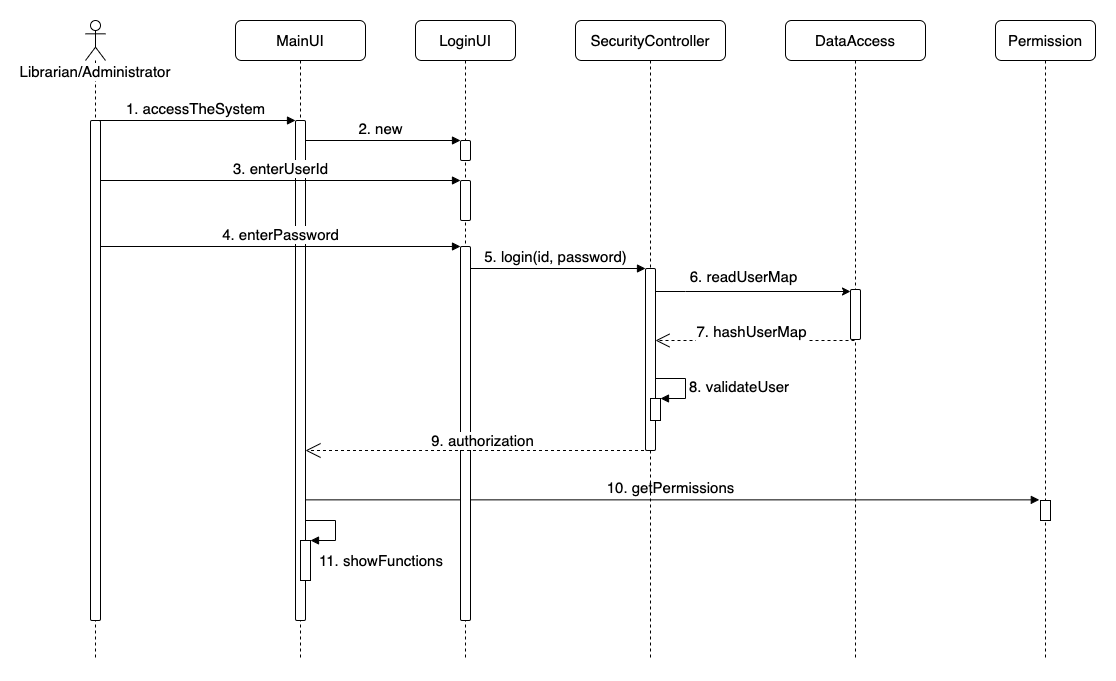
mthuong/mpp-project keeps this draw.io diagram as uml/1_LibrarianLoginSequenceDiagram.png. Above is the earlier version. Source tidied: cells renumbered, new cells last; positions are measured from the earlier drawing's top-left corner, leaving out a move shared by most shapes.
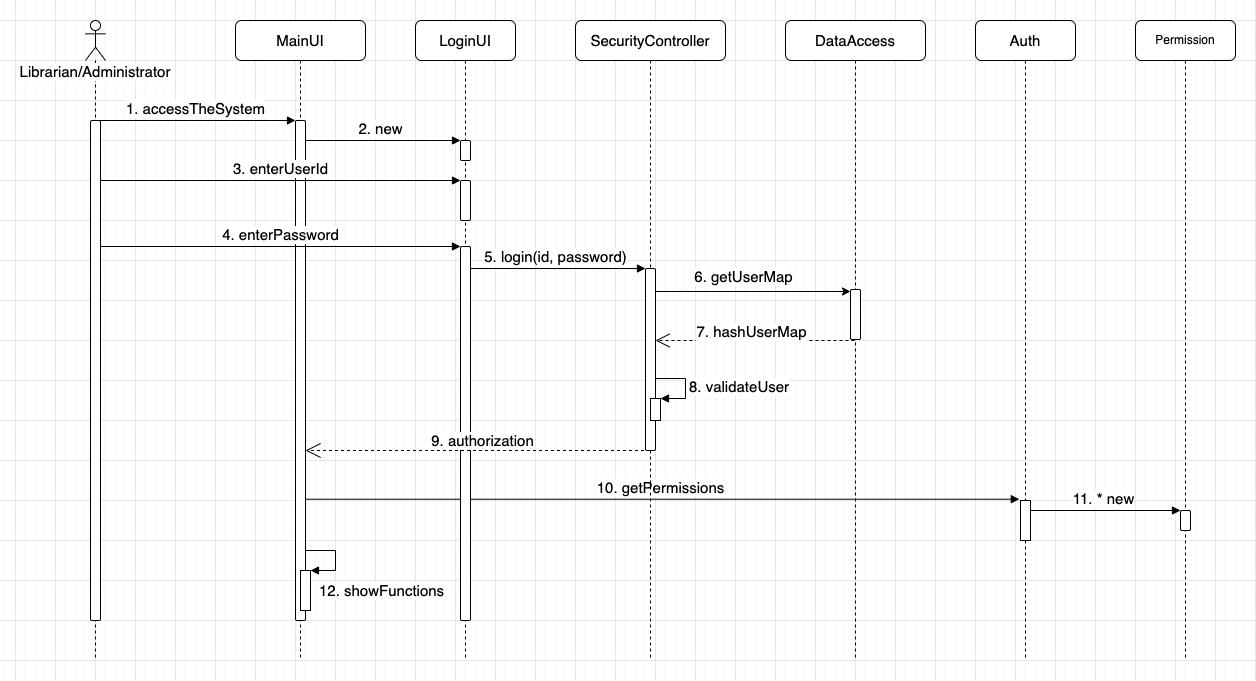
After the change.

Diff of the diagram source:
```diff
@@ -2,6 +2,9 @@
   <root>
     <mxCell id="0" />
     <mxCell id="1" parent="0" />
+    <mxCell id="30" value="11. * new" style="html=1;verticalAlign=bottom;endArrow=block;entryX=0;entryY=0;rounded=0;fontSize=15;" parent="1" edge="1" source="21" target="32">
+      <mxGeometry relative="1" as="geometry" />
+    </mxCell>
     <mxCell id="2" value="2. new" style="html=1;verticalAlign=bottom;endArrow=block;entryX=0;entryY=0;rounded=0;fontSize=15;" parent="1" edge="1" source="7" target="25">
       <mxGeometry relative="1" as="geometry" />
     </mxCell>
@@ -26,13 +29,13 @@
       <mxGeometry x="60" y="100" width="10" height="500" as="geometry" />
     </mxCell>
     <mxCell id="9" style="html=1;points=[];perimeter=orthogonalPerimeter;fontSize=15;" parent="7" vertex="1">
-      <mxGeometry x="65" y="520" width="10" height="40" as="geometry" />
+      <mxGeometry x="65" y="550" width="10" height="40" as="geometry" />
     </mxCell>
-    <mxCell id="10" value="11. showFunctions" style="edgeStyle=orthogonalEdgeStyle;html=1;align=left;spacingLeft=2;endArrow=block;rounded=0;entryX=1;entryY=0;fontSize=15;" parent="7" edge="1" target="9">
+    <mxCell id="10" value="12. showFunctions" style="edgeStyle=orthogonalEdgeStyle;html=1;align=left;spacingLeft=2;endArrow=block;rounded=0;entryX=1;entryY=0;fontSize=15;" parent="7" edge="1" target="9">
       <mxGeometry x="0.87" y="20" relative="1" as="geometry">
-        <mxPoint x="70" y="500" as="sourcePoint" />
+        <mxPoint x="70" y="530" as="sourcePoint" />
         <Array as="points">
-          <mxPoint x="100" y="500" />
+          <mxPoint x="100" y="530" />
         </Array>
       </mxGeometry>
     </mxCell>
@@ -62,7 +65,7 @@
     <mxCell id="17" style="html=1;perimeter=orthogonalPerimeter;rounded=1;shadow=0;glass=0;sketch=0;fontSize=15;gradientColor=none;" parent="16" vertex="1">
       <mxGeometry x="65" y="269" width="10" height="50" as="geometry" />
     </mxCell>
-    <mxCell id="18" value="6.&amp;nbsp;readUserMap" style="rounded=0;orthogonalLoop=1;jettySize=auto;html=1;fontSize=15;" parent="1" edge="1">
+    <mxCell id="18" value="6.&amp;nbsp;getUserMap" style="rounded=0;orthogonalLoop=1;jettySize=auto;html=1;fontSize=15;" parent="1" edge="1">
       <mxGeometry x="-0.1" y="15" relative="1" as="geometry">
         <mxPoint x="570" y="271" as="sourcePoint" />
         <mxPoint x="765" y="271" as="targetPoint" />
@@ -85,11 +88,11 @@
         <mxPoint y="-7" as="offset" />
       </mxGeometry>
     </mxCell>
-    <mxCell id="21" value="Permission" style="shape=umlLifeline;perimeter=lifelinePerimeter;whiteSpace=wrap;html=1;outlineConnect=0;rounded=1;fontSize=15;" parent="1" vertex="1">
-      <mxGeometry x="910" width="100" height="640" as="geometry" />
+    <mxCell id="21" value="Auth" style="shape=umlLifeline;perimeter=lifelinePerimeter;whiteSpace=wrap;html=1;outlineConnect=0;rounded=1;fontSize=15;" parent="1" vertex="1">
+      <mxGeometry x="890" width="100" height="640" as="geometry" />
     </mxCell>
     <mxCell id="22" style="html=1;points=[];perimeter=orthogonalPerimeter;" parent="21" vertex="1">
-      <mxGeometry x="45" y="480" width="10" height="20" as="geometry" />
+      <mxGeometry x="45" y="480" width="10" height="40" as="geometry" />
     </mxCell>
     <mxCell id="23" value="LoginUI" style="shape=umlLifeline;perimeter=lifelinePerimeter;whiteSpace=wrap;html=1;rounded=1;fontSize=15;" parent="1" vertex="1">
       <mxGeometry x="330" width="100" height="640" as="geometry" />
@@ -121,5 +124,11 @@
         <mxPoint x="15" y="226" as="sourcePoint" />
       </mxGeometry>
     </mxCell>
+    <mxCell id="31" value="Permission" style="shape=umlLifeline;perimeter=lifelinePerimeter;whiteSpace=wrap;html=1;rounded=1;" parent="1" vertex="1">
+      <mxGeometry x="1050" width="100" height="640" as="geometry" />
+    </mxCell>
+    <mxCell id="32" style="html=1;points=[];perimeter=orthogonalPerimeter;rounded=1;" parent="31" vertex="1">
+      <mxGeometry x="45" y="490" width="10" height="20" as="geometry" />
+    </mxCell>
   </root>
 </mxGraphModel>
```
